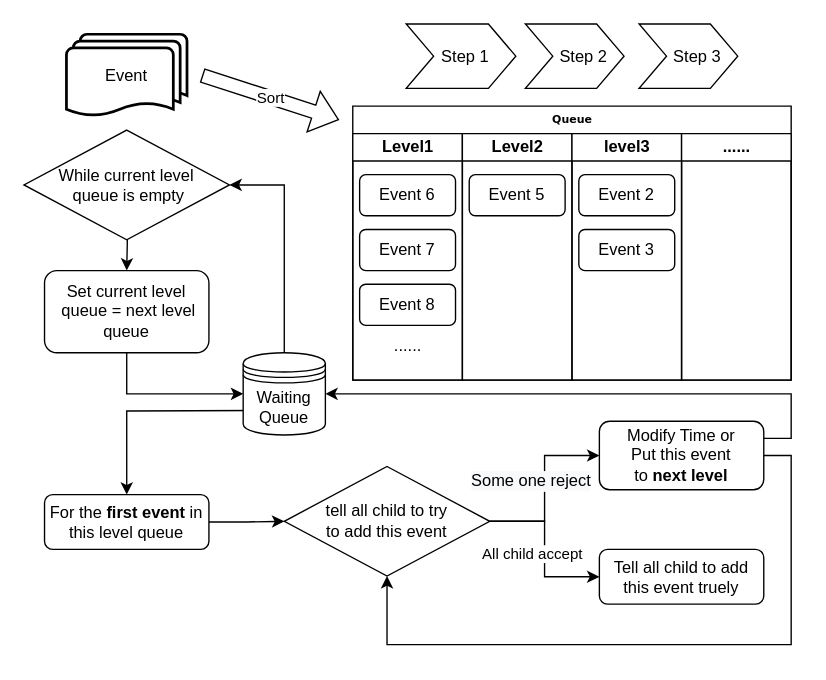
This is report/Alg2.drawio from guomaimang/Turbo-journey, a draw.io file, before an edit. Source tidied: cells renumbered, new cells numbered last; positions are measured from the earlier drawing's top-left corner, leaving out a move shared by most shapes. Both pictures are drawn from the tidied source at 137%, with x=0, y=0 at pixel (23, 23).
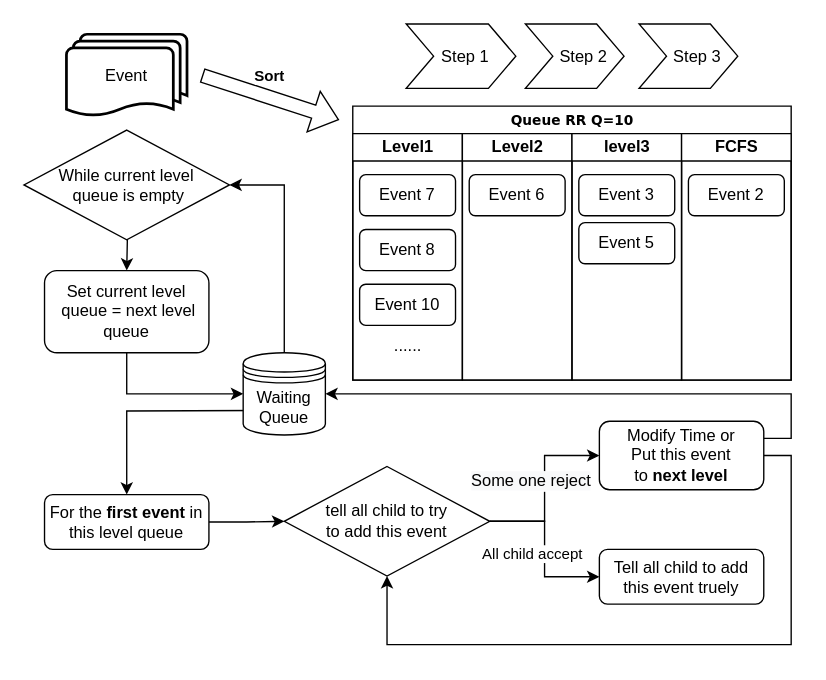
After the change.

Unchanged cells that the change refers to:
```xml
<mxCell id="3" value="Level1" style="swimlane;html=1;startSize=20;" parent="2" vertex="1">
  <mxGeometry y="20" width="80" height="180" as="geometry" />
</mxCell>
<mxCell id="8" value="Level2" style="swimlane;html=1;startSize=20;" parent="2" vertex="1">
  <mxGeometry x="80" y="20" width="80" height="180" as="geometry" />
</mxCell>
```

Change to the diagram source:
```diff
@@
-    <mxCell id="2" value="Queue" style="swimlane;html=1;startSize=20;rounded=0;shadow=0;labelBackgroundColor=none;strokeWidth=1;fontFamily=Verdana;fontSize=8;align=center;" parent="1" vertex="1">
+    <mxCell id="2" value="&lt;font style=&quot;font-size: 10px&quot;&gt;Queue&amp;nbsp;RR Q=10&lt;/font&gt;" style="swimlane;html=1;startSize=20;rounded=0;shadow=0;labelBackgroundColor=none;strokeWidth=1;fontFamily=Verdana;fontSize=8;align=center;" parent="1" vertex="1">
       <mxGeometry x="240" y="60" width="320" height="200" as="geometry" />
     </mxCell>
@@
-    <mxCell id="4" value="Event 6" style="rounded=1;whiteSpace=wrap;html=1;" parent="3" vertex="1">
-      <mxGeometry x="5" y="30" width="70" height="30" as="geometry" />
-    </mxCell>
@@
     <mxCell id="6" value="Event 7" style="rounded=1;whiteSpace=wrap;html=1;" parent="3" vertex="1">
-      <mxGeometry x="5" y="70" width="70" height="30" as="geometry" />
+      <mxGeometry x="5" y="30" width="70" height="30" as="geometry" />
     </mxCell>
     <mxCell id="7" value="Event 8" style="rounded=1;whiteSpace=wrap;html=1;" parent="3" vertex="1">
-      <mxGeometry x="5" y="110" width="70" height="30" as="geometry" />
+      <mxGeometry x="5" y="70" width="70" height="30" as="geometry" />
     </mxCell>
+    <mxCell id="36" value="Event 10" style="rounded=1;whiteSpace=wrap;html=1;" parent="3" vertex="1">
+      <mxGeometry x="5" y="110" width="70" height="30" as="geometry" />
+    </mxCell>
@@
+    <mxCell id="4" value="Event 6" style="rounded=1;whiteSpace=wrap;html=1;" parent="8" vertex="1">
+      <mxGeometry x="5" y="30" width="70" height="30" as="geometry" />
+    </mxCell>
+    <mxCell id="10" value="level3" style="swimlane;html=1;startSize=20;" parent="2" vertex="1">
+      <mxGeometry x="160" y="20" width="80" height="180" as="geometry" />
+    </mxCell>
+    <mxCell id="12" value="Event 3" style="rounded=1;whiteSpace=wrap;html=1;" parent="10" vertex="1">
+      <mxGeometry x="5" y="30" width="70" height="30" as="geometry" />
+    </mxCell>
-    <mxCell id="9" value="Event 5" style="rounded=1;whiteSpace=wrap;html=1;" parent="8" vertex="1">
-      <mxGeometry x="5" y="30" width="70" height="30" as="geometry" />
+    <mxCell id="9" value="Event 5" style="rounded=1;whiteSpace=wrap;html=1;" parent="10" vertex="1">
+      <mxGeometry x="5" y="65" width="70" height="30" as="geometry" />
     </mxCell>
-    <mxCell id="10" value="level3" style="swimlane;html=1;startSize=20;" parent="2" vertex="1">
-      <mxGeometry x="160" y="20" width="80" height="180" as="geometry" />
-    </mxCell>
+    <mxCell id="13" value="FCFS" style="swimlane;html=1;startSize=20;" parent="2" vertex="1">
+      <mxGeometry x="240" y="20" width="80" height="180" as="geometry" />
+    </mxCell>
-    <mxCell id="11" value="Event 2" style="rounded=1;whiteSpace=wrap;html=1;" parent="10" vertex="1">
+    <mxCell id="11" value="Event 2" style="rounded=1;whiteSpace=wrap;html=1;" parent="13" vertex="1">
       <mxGeometry x="5" y="30" width="70" height="30" as="geometry" />
     </mxCell>
-    <mxCell id="12" value="Event 3" style="rounded=1;whiteSpace=wrap;html=1;" parent="10" vertex="1">
-      <mxGeometry x="5" y="70" width="70" height="30" as="geometry" />
-    </mxCell>
-    <mxCell id="13" value="......" style="swimlane;html=1;startSize=20;" parent="2" vertex="1">
-      <mxGeometry x="240" y="20" width="80" height="180" as="geometry" />
-    </mxCell>
@@
-    <mxCell id="35" value="Sort" style="shape=flexArrow;endArrow=classic;html=1;rounded=0;" parent="1" edge="1">
-      <mxGeometry relative="1" as="geometry">
+    <mxCell id="35" value="&lt;b&gt;Sort&lt;/b&gt;" style="shape=flexArrow;endArrow=classic;html=1;rounded=0;" parent="1" edge="1">
+      <mxGeometry x="-0.1" y="15" relative="1" as="geometry">
         <mxPoint x="130" y="37.5" as="sourcePoint" />
         <mxPoint x="230" y="70" as="targetPoint" />
       </mxGeometry>
     </mxCell>
```
